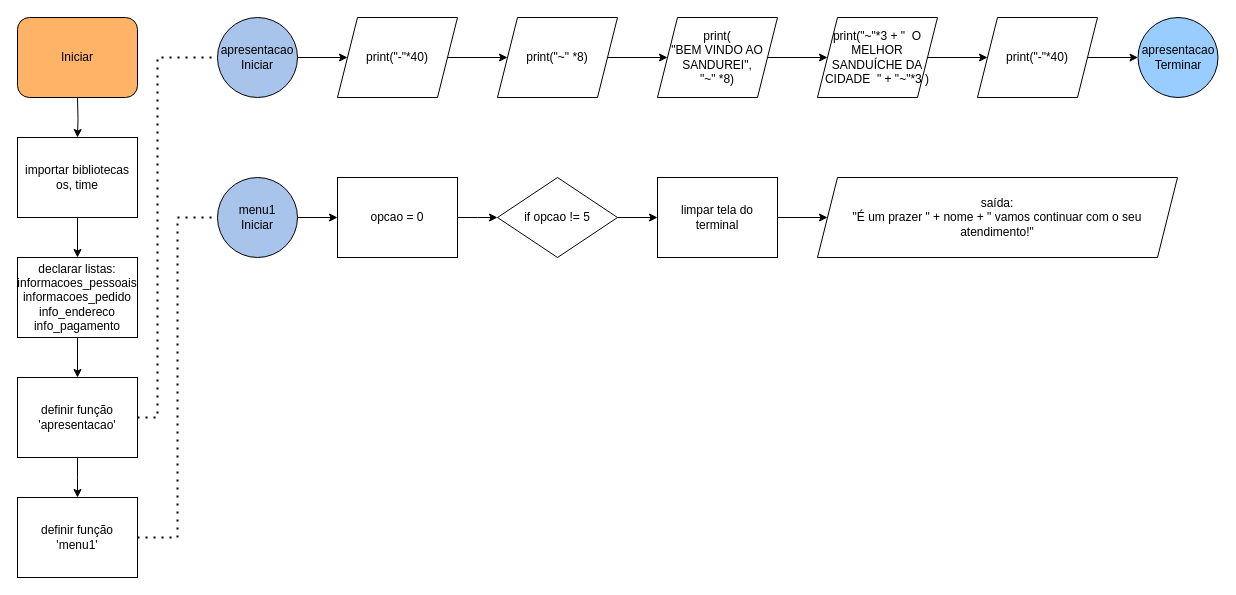
This is Projeto 1/fluxo.drawio from alsantosad/SENAC_RESILIA_ANALISE_DE_DADOS, a draw.io file, before an edit. Source tidied: cells renumbered, new cells numbered last; positions are measured from the earlier drawing's top-left corner, leaving out a move shared by most shapes. Both pictures are drawn from the tidied source at 100%, with x=0, y=0 at pixel (17, 17).
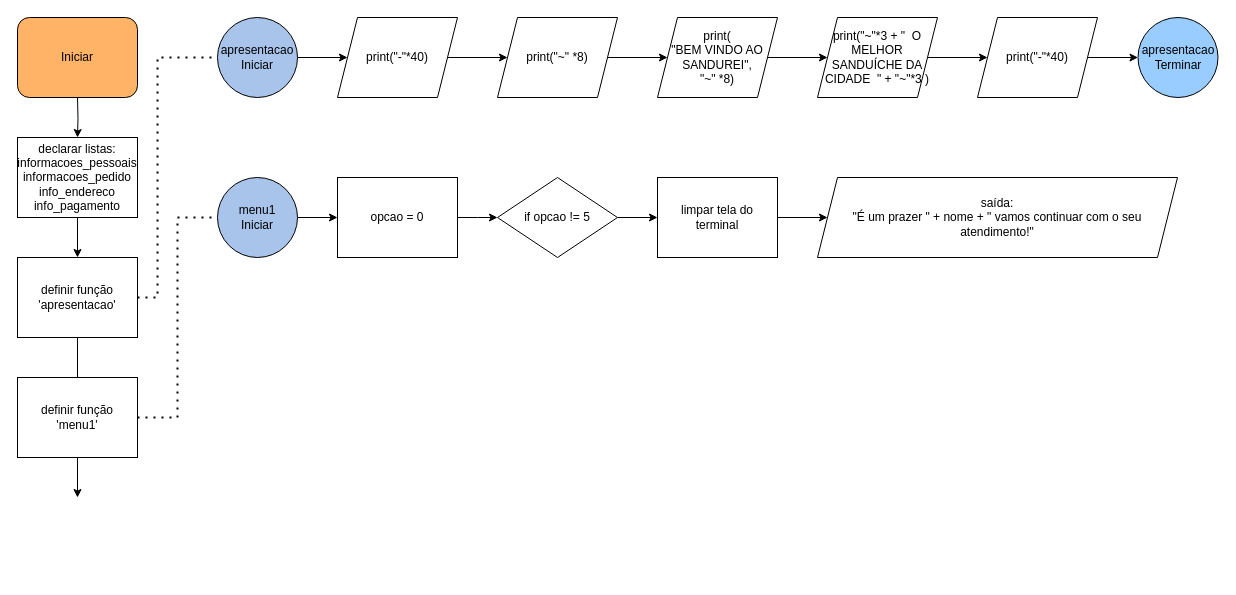
After the change.

Unchanged cells that the change refers to:
```xml
<mxCell id="11" value="&lt;div&gt;apresentacao&lt;/div&gt;&lt;div&gt;Iniciar&lt;/div&gt;" style="ellipse;whiteSpace=wrap;html=1;fillColor=#A9C4EB;" parent="1" vertex="1">
  <mxGeometry x="200" width="80" height="80" as="geometry" />
</mxCell>
<mxCell id="26" value="&lt;div&gt;menu1&lt;/div&gt;&lt;div&gt;Iniciar&lt;/div&gt;" style="ellipse;whiteSpace=wrap;html=1;fillColor=#A9C4EB;" parent="1" vertex="1">
  <mxGeometry x="200" y="160" width="80" height="80" as="geometry" />
</mxCell>
```

What changed in the source:
```diff
@@
-    <mxCell id="2" style="edgeStyle=orthogonalEdgeStyle;rounded=0;jettySize=auto;html=1;" parent="1" edge="1" target="4">
+    <mxCell id="2" style="edgeStyle=orthogonalEdgeStyle;rounded=0;jettySize=auto;html=1;entryX=0.5;entryY=0;entryDx=0;entryDy=0;" parent="1" edge="1" target="6">
       <mxGeometry relative="1" as="geometry">
         <mxPoint x="60" y="80" as="sourcePoint" />
       </mxGeometry>
     </mxCell>
-    <mxCell id="3" style="edgeStyle=orthogonalEdgeStyle;rounded=0;jettySize=auto;html=1;entryX=0.5;entryY=0;entryDx=0;entryDy=0;" parent="1" edge="1" source="4" target="6">
-      <mxGeometry relative="1" as="geometry" />
-    </mxCell>
-    <mxCell id="4" value="&lt;div&gt;importar bibliotecas os, time&lt;/div&gt;" style="rounded=0;whiteSpace=wrap;html=1;" parent="1" vertex="1">
-      <mxGeometry y="120" width="120" height="80" as="geometry" />
-    </mxCell>
@@
     <mxCell id="6" value="&lt;div&gt;declarar listas:&lt;/div&gt;&lt;div&gt;informacoes_pessoais&lt;/div&gt;&lt;div&gt;informacoes_pedido&lt;/div&gt;&lt;div&gt;info_endereco&lt;/div&gt;&lt;div&gt;info_pagamento&lt;br&gt;&lt;/div&gt;" style="rounded=0;whiteSpace=wrap;html=1;" parent="1" vertex="1">
-      <mxGeometry y="240" width="120" height="80" as="geometry" />
+      <mxGeometry y="120" width="120" height="80" as="geometry" />
     </mxCell>
@@
     <mxCell id="9" value="&lt;div&gt;definir função&lt;/div&gt;&lt;div&gt;'apresentacao'&lt;br&gt;&lt;/div&gt;" style="rounded=0;whiteSpace=wrap;html=1;" parent="1" vertex="1">
-      <mxGeometry y="360" width="120" height="80" as="geometry" />
+      <mxGeometry y="240" width="120" height="80" as="geometry" />
     </mxCell>
@@
     <mxCell id="23" style="endArrow=none;dashed=1;html=1;dashPattern=1 3;strokeWidth=2;rounded=0;exitX=1;exitY=0.5;exitDx=0;exitDy=0;entryX=0;entryY=0.5;entryDx=0;entryDy=0;" parent="1" edge="1" source="9" target="11">
       <mxGeometry relative="1" as="geometry">
         <Array as="points">
-          <mxPoint x="140" y="400" />
+          <mxPoint x="140" y="280" />
           <mxPoint x="140" y="40" />
         </Array>
       </mxGeometry>
     </mxCell>
     <mxCell id="24" value="&lt;div&gt;definir função&lt;/div&gt;&lt;div&gt;'menu1'&lt;br&gt;&lt;/div&gt;" style="rounded=0;whiteSpace=wrap;html=1;" parent="1" vertex="1">
-      <mxGeometry y="480" width="120" height="80" as="geometry" />
+      <mxGeometry y="360" width="120" height="80" as="geometry" />
     </mxCell>
@@
     <mxCell id="27" style="endArrow=none;dashed=1;html=1;dashPattern=1 3;strokeWidth=2;rounded=0;exitX=1;exitY=0.5;exitDx=0;exitDy=0;entryX=0;entryY=0.5;entryDx=0;entryDy=0;" parent="1" edge="1" source="24" target="26">
       <mxGeometry relative="1" as="geometry">
         <Array as="points">
-          <mxPoint x="160" y="520" />
+          <mxPoint x="160" y="400" />
           <mxPoint x="160" y="200" />
         </Array>
       </mxGeometry>
     </mxCell>
```
